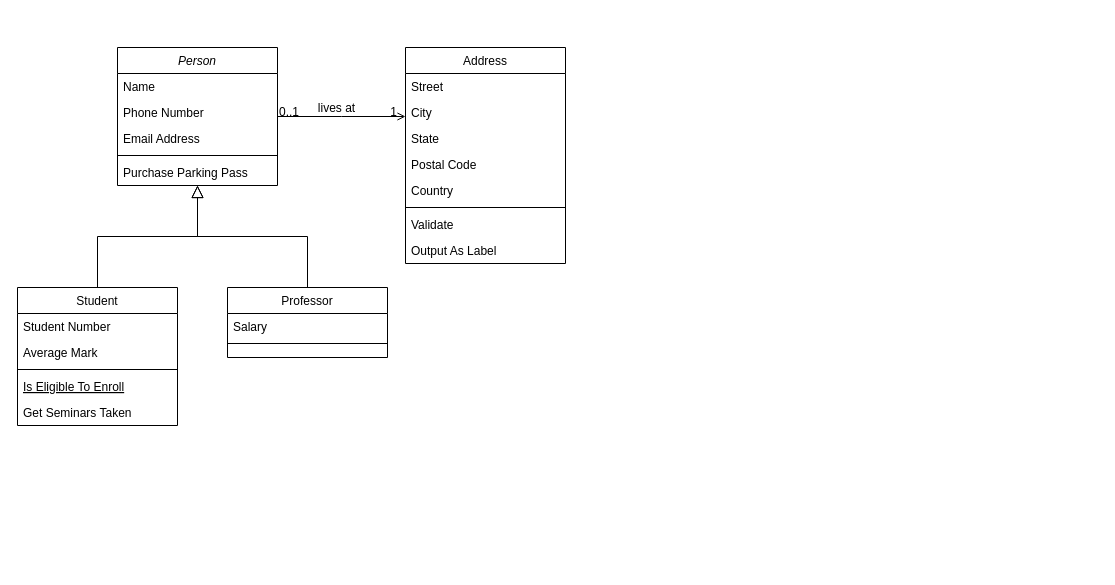
This is Untitled Diagram.drawio from NibirMarduk88/datatype99, a draw.io file, before an edit. Source tidied: cells renumbered, new cells numbered last; positions are measured from the earlier drawing's top-left corner, leaving out a move shared by most shapes. Both pictures are drawn from the tidied source at 100%, with x=0, y=0 at pixel (17, 47).
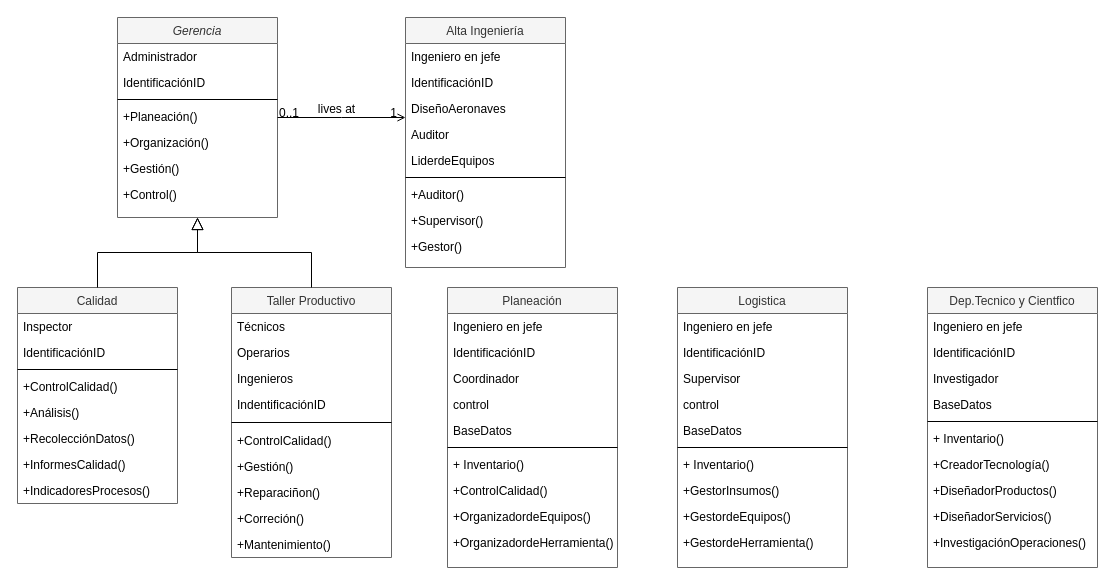
Above is the later version.

Diff of the diagram source:
```diff
@@
-    <mxCell id="2" value="Person" style="swimlane;fontStyle=2;align=center;verticalAlign=top;horizontal=1;startSize=26;rounded=0;shadow=0;strokeWidth=1;" parent="1" vertex="1">
-      <mxGeometry x="100" width="160" height="138" as="geometry" />
+    <mxCell id="2" value="Gerencia" style="swimlane;fontStyle=2;align=center;verticalAlign=top;horizontal=1;startSize=26;rounded=0;shadow=0;strokeWidth=1;fillColor=#f5f5f5;fontColor=#333333;strokeColor=#666666;" parent="1" vertex="1">
+      <mxGeometry x="100" y="-30" width="160" height="200" as="geometry" />
     </mxCell>
-    <mxCell id="3" value="Name" style="text;align=left;verticalAlign=top;spacingLeft=4;spacingRight=4;overflow=hidden;" parent="2" vertex="1">
+    <mxCell id="3" value="Administrador" style="text;align=left;verticalAlign=top;spacingLeft=4;spacingRight=4;overflow=hidden;" parent="2" vertex="1">
       <mxGeometry y="26" width="160" height="26" as="geometry" />
     </mxCell>
-    <mxCell id="4" value="Phone Number" style="text;align=left;verticalAlign=top;spacingLeft=4;spacingRight=4;overflow=hidden;rounded=0;shadow=0;html=0;" parent="2" vertex="1">
+    <mxCell id="4" value="IdentificaciónID" style="text;align=left;verticalAlign=top;spacingLeft=4;spacingRight=4;overflow=hidden;rounded=0;shadow=0;html=0;" parent="2" vertex="1">
       <mxGeometry y="52" width="160" height="26" as="geometry" />
     </mxCell>
-    <mxCell id="5" value="Email Address" style="text;align=left;verticalAlign=top;spacingLeft=4;spacingRight=4;overflow=hidden;rounded=0;shadow=0;html=0;" parent="2" vertex="1">
-      <mxGeometry y="78" width="160" height="26" as="geometry" />
-    </mxCell>
     <mxCell id="6" style="line;html=1;strokeWidth=1;align=left;verticalAlign=middle;spacingTop=-1;spacingLeft=3;spacingRight=3;labelPosition=right;" parent="2" vertex="1">
-      <mxGeometry y="104" width="160" height="8" as="geometry" />
+      <mxGeometry y="78" width="160" height="8" as="geometry" />
     </mxCell>
-    <mxCell id="7" value="Purchase Parking Pass" style="text;align=left;verticalAlign=top;spacingLeft=4;spacingRight=4;overflow=hidden;" parent="2" vertex="1">
-      <mxGeometry y="112" width="160" height="26" as="geometry" />
+    <mxCell id="7" value="+Planeación()&#10;" style="text;align=left;verticalAlign=top;spacingLeft=4;spacingRight=4;overflow=hidden;" parent="2" vertex="1">
+      <mxGeometry y="86" width="160" height="26" as="geometry" />
     </mxCell>
+    <mxCell id="32" value="+Organización()&#10;&#10;" style="text;align=left;verticalAlign=top;spacingLeft=4;spacingRight=4;overflow=hidden;" parent="2" vertex="1">
+      <mxGeometry y="112" width="160" height="26" as="geometry" />
+    </mxCell>
+    <mxCell id="33" value="+Gestión()&#10;" style="text;align=left;verticalAlign=top;spacingLeft=4;spacingRight=4;overflow=hidden;" parent="2" vertex="1">
+      <mxGeometry y="138" width="160" height="26" as="geometry" />
+    </mxCell>
+    <mxCell id="34" value="+Control()&#10;" style="text;align=left;verticalAlign=top;spacingLeft=4;spacingRight=4;overflow=hidden;" parent="2" vertex="1">
+      <mxGeometry y="164" width="160" height="26" as="geometry" />
+    </mxCell>
-    <mxCell id="8" value="Student" style="swimlane;fontStyle=0;align=center;verticalAlign=top;horizontal=1;startSize=26;rounded=0;shadow=0;strokeWidth=1;" parent="1" vertex="1">
-      <mxGeometry y="240" width="160" height="138" as="geometry" />
+    <mxCell id="8" value="Calidad" style="swimlane;fontStyle=0;align=center;verticalAlign=top;horizontal=1;startSize=26;rounded=0;shadow=0;strokeWidth=1;fillColor=#f5f5f5;fontColor=#333333;strokeColor=#666666;" parent="1" vertex="1">
+      <mxGeometry y="240" width="160" height="216" as="geometry" />
     </mxCell>
-    <mxCell id="9" value="Student Number" style="text;align=left;verticalAlign=top;spacingLeft=4;spacingRight=4;overflow=hidden;" parent="8" vertex="1">
+    <mxCell id="9" value="Inspector" style="text;align=left;verticalAlign=top;spacingLeft=4;spacingRight=4;overflow=hidden;" parent="8" vertex="1">
       <mxGeometry y="26" width="160" height="26" as="geometry" />
     </mxCell>
-    <mxCell id="10" value="Average Mark" style="text;align=left;verticalAlign=top;spacingLeft=4;spacingRight=4;overflow=hidden;rounded=0;shadow=0;html=0;" parent="8" vertex="1">
+    <mxCell id="10" value="IdentificaciónID" style="text;align=left;verticalAlign=top;spacingLeft=4;spacingRight=4;overflow=hidden;rounded=0;shadow=0;html=0;" parent="8" vertex="1">
       <mxGeometry y="52" width="160" height="26" as="geometry" />
     </mxCell>
@@
-    <mxCell id="12" value="Is Eligible To Enroll" style="text;align=left;verticalAlign=top;spacingLeft=4;spacingRight=4;overflow=hidden;fontStyle=4;" parent="8" vertex="1">
-      <mxGeometry y="86" width="160" height="26" as="geometry" />
-    </mxCell>
-    <mxCell id="13" value="Get Seminars Taken" style="text;align=left;verticalAlign=top;spacingLeft=4;spacingRight=4;overflow=hidden;" parent="8" vertex="1">
-      <mxGeometry y="112" width="160" height="26" as="geometry" />
+    <mxCell id="13" value="+ControlCalidad()" style="text;align=left;verticalAlign=top;spacingLeft=4;spacingRight=4;overflow=hidden;" parent="8" vertex="1">
+      <mxGeometry y="86" width="160" height="26" as="geometry" />
     </mxCell>
+    <mxCell id="35" value="+Análisis()" style="text;align=left;verticalAlign=top;spacingLeft=4;spacingRight=4;overflow=hidden;" parent="8" vertex="1">
+      <mxGeometry y="112" width="160" height="26" as="geometry" />
+    </mxCell>
+    <mxCell id="36" value="+RecolecciónDatos()" style="text;align=left;verticalAlign=top;spacingLeft=4;spacingRight=4;overflow=hidden;" parent="8" vertex="1">
+      <mxGeometry y="138" width="160" height="26" as="geometry" />
+    </mxCell>
+    <mxCell id="37" value="+InformesCalidad()" style="text;align=left;verticalAlign=top;spacingLeft=4;spacingRight=4;overflow=hidden;" parent="8" vertex="1">
+      <mxGeometry y="164" width="160" height="26" as="geometry" />
+    </mxCell>
+    <mxCell id="38" value="+IndicadoresProcesos()" style="text;align=left;verticalAlign=top;spacingLeft=4;spacingRight=4;overflow=hidden;" parent="8" vertex="1">
+      <mxGeometry y="190" width="160" height="26" as="geometry" />
+    </mxCell>
@@
-    <mxCell id="15" value="Professor" style="swimlane;fontStyle=0;align=center;verticalAlign=top;horizontal=1;startSize=26;rounded=0;shadow=0;strokeWidth=1;" parent="1" vertex="1">
-      <mxGeometry x="210" y="240" width="160" height="70" as="geometry" />
+    <mxCell id="15" value="Taller Productivo" style="swimlane;fontStyle=0;align=center;verticalAlign=top;horizontal=1;startSize=26;rounded=0;shadow=0;strokeWidth=1;fillColor=#f5f5f5;fontColor=#333333;strokeColor=#666666;" parent="1" vertex="1">
+      <mxGeometry x="214" y="240" width="160" height="270" as="geometry" />
     </mxCell>
-    <mxCell id="16" value="Salary" style="text;align=left;verticalAlign=top;spacingLeft=4;spacingRight=4;overflow=hidden;" parent="15" vertex="1">
+    <mxCell id="16" value="Técnicos" style="text;align=left;verticalAlign=top;spacingLeft=4;spacingRight=4;overflow=hidden;" parent="15" vertex="1">
       <mxGeometry y="26" width="160" height="26" as="geometry" />
     </mxCell>
+    <mxCell id="39" value="Operarios" style="text;align=left;verticalAlign=top;spacingLeft=4;spacingRight=4;overflow=hidden;" parent="15" vertex="1">
+      <mxGeometry y="52" width="160" height="26" as="geometry" />
+    </mxCell>
+    <mxCell id="40" value="Ingenieros" style="text;align=left;verticalAlign=top;spacingLeft=4;spacingRight=4;overflow=hidden;" parent="15" vertex="1">
+      <mxGeometry y="78" width="160" height="26" as="geometry" />
+    </mxCell>
+    <mxCell id="41" value="IndentificaciónID" style="text;align=left;verticalAlign=top;spacingLeft=4;spacingRight=4;overflow=hidden;" parent="15" vertex="1">
+      <mxGeometry y="104" width="160" height="26" as="geometry" />
+    </mxCell>
     <mxCell id="17" style="line;html=1;strokeWidth=1;align=left;verticalAlign=middle;spacingTop=-1;spacingLeft=3;spacingRight=3;labelPosition=right;" parent="15" vertex="1">
-      <mxGeometry y="52" width="160" height="8" as="geometry" />
+      <mxGeometry y="130" width="160" height="10" as="geometry" />
     </mxCell>
+    <mxCell id="42" value="+ControlCalidad()" style="text;align=left;verticalAlign=top;spacingLeft=4;spacingRight=4;overflow=hidden;" parent="15" vertex="1">
+      <mxGeometry y="140" width="160" height="26" as="geometry" />
+    </mxCell>
+    <mxCell id="43" value="+Gestión()&#10;" style="text;align=left;verticalAlign=top;spacingLeft=4;spacingRight=4;overflow=hidden;" parent="15" vertex="1">
+      <mxGeometry y="166" width="160" height="26" as="geometry" />
+    </mxCell>
+    <mxCell id="44" value="+Reparaciñon()&#10;" style="text;align=left;verticalAlign=top;spacingLeft=4;spacingRight=4;overflow=hidden;" parent="15" vertex="1">
+      <mxGeometry y="192" width="160" height="26" as="geometry" />
+    </mxCell>
+    <mxCell id="45" value="+Correción()&#10;" style="text;align=left;verticalAlign=top;spacingLeft=4;spacingRight=4;overflow=hidden;" parent="15" vertex="1">
+      <mxGeometry y="218" width="160" height="26" as="geometry" />
+    </mxCell>
+    <mxCell id="46" value="+Mantenimiento()&#10;" style="text;align=left;verticalAlign=top;spacingLeft=4;spacingRight=4;overflow=hidden;" parent="15" vertex="1">
+      <mxGeometry y="244" width="160" height="26" as="geometry" />
+    </mxCell>
@@
-    <mxCell id="19" value="Address" style="swimlane;fontStyle=0;align=center;verticalAlign=top;horizontal=1;startSize=26;rounded=0;shadow=0;strokeWidth=1;" parent="1" vertex="1">
-      <mxGeometry x="388" width="160" height="216" as="geometry" />
+    <mxCell id="19" value="Alta Ingeniería" style="swimlane;fontStyle=0;align=center;verticalAlign=top;horizontal=1;startSize=26;rounded=0;shadow=0;strokeWidth=1;fillColor=#f5f5f5;fontColor=#333333;strokeColor=#666666;" parent="1" vertex="1">
+      <mxGeometry x="388" y="-30" width="160" height="250" as="geometry" />
     </mxCell>
-    <mxCell id="20" value="Street" style="text;align=left;verticalAlign=top;spacingLeft=4;spacingRight=4;overflow=hidden;" parent="19" vertex="1">
+    <mxCell id="20" value="Ingeniero en jefe" style="text;align=left;verticalAlign=top;spacingLeft=4;spacingRight=4;overflow=hidden;" parent="19" vertex="1">
       <mxGeometry y="26" width="160" height="26" as="geometry" />
     </mxCell>
-    <mxCell id="21" value="City" style="text;align=left;verticalAlign=top;spacingLeft=4;spacingRight=4;overflow=hidden;rounded=0;shadow=0;html=0;" parent="19" vertex="1">
+    <mxCell id="21" value="IdentificaciónID" style="text;align=left;verticalAlign=top;spacingLeft=4;spacingRight=4;overflow=hidden;rounded=0;shadow=0;html=0;" parent="19" vertex="1">
       <mxGeometry y="52" width="160" height="26" as="geometry" />
     </mxCell>
-    <mxCell id="22" value="State" style="text;align=left;verticalAlign=top;spacingLeft=4;spacingRight=4;overflow=hidden;rounded=0;shadow=0;html=0;" parent="19" vertex="1">
+    <mxCell id="22" value="DiseñoAeronaves" style="text;align=left;verticalAlign=top;spacingLeft=4;spacingRight=4;overflow=hidden;rounded=0;shadow=0;html=0;" parent="19" vertex="1">
       <mxGeometry y="78" width="160" height="26" as="geometry" />
     </mxCell>
-    <mxCell id="23" value="Postal Code" style="text;align=left;verticalAlign=top;spacingLeft=4;spacingRight=4;overflow=hidden;rounded=0;shadow=0;html=0;" parent="19" vertex="1">
+    <mxCell id="23" value="Auditor" style="text;align=left;verticalAlign=top;spacingLeft=4;spacingRight=4;overflow=hidden;rounded=0;shadow=0;html=0;" parent="19" vertex="1">
       <mxGeometry y="104" width="160" height="26" as="geometry" />
     </mxCell>
-    <mxCell id="24" value="Country" style="text;align=left;verticalAlign=top;spacingLeft=4;spacingRight=4;overflow=hidden;rounded=0;shadow=0;html=0;" parent="19" vertex="1">
+    <mxCell id="24" value="LiderdeEquipos" style="text;align=left;verticalAlign=top;spacingLeft=4;spacingRight=4;overflow=hidden;rounded=0;shadow=0;html=0;" parent="19" vertex="1">
       <mxGeometry y="130" width="160" height="26" as="geometry" />
     </mxCell>
@@
-    <mxCell id="26" value="Validate" style="text;align=left;verticalAlign=top;spacingLeft=4;spacingRight=4;overflow=hidden;" parent="19" vertex="1">
+    <mxCell id="26" value="+Auditor()" style="text;align=left;verticalAlign=top;spacingLeft=4;spacingRight=4;overflow=hidden;" parent="19" vertex="1">
       <mxGeometry y="164" width="160" height="26" as="geometry" />
     </mxCell>
-    <mxCell id="27" value="Output As Label" style="text;align=left;verticalAlign=top;spacingLeft=4;spacingRight=4;overflow=hidden;" parent="19" vertex="1">
+    <mxCell id="27" value="+Supervisor()" style="text;align=left;verticalAlign=top;spacingLeft=4;spacingRight=4;overflow=hidden;" parent="19" vertex="1">
       <mxGeometry y="190" width="160" height="26" as="geometry" />
     </mxCell>
+    <mxCell id="47" value="+Gestor()" style="text;align=left;verticalAlign=top;spacingLeft=4;spacingRight=4;overflow=hidden;" parent="19" vertex="1">
+      <mxGeometry y="216" width="160" height="26" as="geometry" />
+    </mxCell>
@@
+    <mxCell id="48" value="Planeación" style="swimlane;fontStyle=0;align=center;verticalAlign=top;horizontal=1;startSize=26;rounded=0;shadow=0;strokeWidth=1;fillColor=#f5f5f5;fontColor=#333333;strokeColor=#666666;" parent="1" vertex="1">
+      <mxGeometry x="430" y="240" width="170" height="280" as="geometry" />
+    </mxCell>
+    <mxCell id="49" value="Ingeniero en jefe" style="text;align=left;verticalAlign=top;spacingLeft=4;spacingRight=4;overflow=hidden;" parent="48" vertex="1">
+      <mxGeometry y="26" width="170" height="26" as="geometry" />
+    </mxCell>
+    <mxCell id="50" value="IdentificaciónID" style="text;align=left;verticalAlign=top;spacingLeft=4;spacingRight=4;overflow=hidden;rounded=0;shadow=0;html=0;" parent="48" vertex="1">
+      <mxGeometry y="52" width="170" height="26" as="geometry" />
+    </mxCell>
+    <mxCell id="51" value="Coordinador" style="text;align=left;verticalAlign=top;spacingLeft=4;spacingRight=4;overflow=hidden;rounded=0;shadow=0;html=0;" parent="48" vertex="1">
+      <mxGeometry y="78" width="170" height="26" as="geometry" />
+    </mxCell>
+    <mxCell id="52" value="control" style="text;align=left;verticalAlign=top;spacingLeft=4;spacingRight=4;overflow=hidden;rounded=0;shadow=0;html=0;" parent="48" vertex="1">
+      <mxGeometry y="104" width="170" height="26" as="geometry" />
+    </mxCell>
+    <mxCell id="53" value="BaseDatos" style="text;align=left;verticalAlign=top;spacingLeft=4;spacingRight=4;overflow=hidden;rounded=0;shadow=0;html=0;" parent="48" vertex="1">
+      <mxGeometry y="130" width="170" height="26" as="geometry" />
+    </mxCell>
+    <mxCell id="54" style="line;html=1;strokeWidth=1;align=left;verticalAlign=middle;spacingTop=-1;spacingLeft=3;spacingRight=3;labelPosition=right;" parent="48" vertex="1">
+      <mxGeometry y="156" width="170" height="8" as="geometry" />
+    </mxCell>
+    <mxCell id="55" value="+ Inventario()" style="text;align=left;verticalAlign=top;spacingLeft=4;spacingRight=4;overflow=hidden;" parent="48" vertex="1">
+      <mxGeometry y="164" width="170" height="26" as="geometry" />
+    </mxCell>
+    <mxCell id="56" value="+ControlCalidad()" style="text;align=left;verticalAlign=top;spacingLeft=4;spacingRight=4;overflow=hidden;" parent="48" vertex="1">
+      <mxGeometry y="190" width="170" height="26" as="geometry" />
+    </mxCell>
+    <mxCell id="57" value="+OrganizadordeEquipos()" style="text;align=left;verticalAlign=top;spacingLeft=4;spacingRight=4;overflow=hidden;" parent="48" vertex="1">
+      <mxGeometry y="216" width="170" height="26" as="geometry" />
+    </mxCell>
+    <mxCell id="58" value="+OrganizadordeHerramienta()" style="text;align=left;verticalAlign=top;spacingLeft=4;spacingRight=4;overflow=hidden;" parent="48" vertex="1">
+      <mxGeometry y="242" width="170" height="26" as="geometry" />
+    </mxCell>
+    <mxCell id="59" value="Logistica" style="swimlane;fontStyle=0;align=center;verticalAlign=top;horizontal=1;startSize=26;rounded=0;shadow=0;strokeWidth=1;fillColor=#f5f5f5;fontColor=#333333;strokeColor=#666666;" parent="1" vertex="1">
+      <mxGeometry x="660" y="240" width="170" height="280" as="geometry" />
+    </mxCell>
+    <mxCell id="60" value="Ingeniero en jefe" style="text;align=left;verticalAlign=top;spacingLeft=4;spacingRight=4;overflow=hidden;" parent="59" vertex="1">
+      <mxGeometry y="26" width="170" height="26" as="geometry" />
+    </mxCell>
+    <mxCell id="61" value="IdentificaciónID" style="text;align=left;verticalAlign=top;spacingLeft=4;spacingRight=4;overflow=hidden;rounded=0;shadow=0;html=0;" parent="59" vertex="1">
+      <mxGeometry y="52" width="170" height="26" as="geometry" />
+    </mxCell>
+    <mxCell id="62" value="Supervisor" style="text;align=left;verticalAlign=top;spacingLeft=4;spacingRight=4;overflow=hidden;rounded=0;shadow=0;html=0;" parent="59" vertex="1">
+      <mxGeometry y="78" width="170" height="26" as="geometry" />
+    </mxCell>
+    <mxCell id="63" value="control" style="text;align=left;verticalAlign=top;spacingLeft=4;spacingRight=4;overflow=hidden;rounded=0;shadow=0;html=0;" parent="59" vertex="1">
+      <mxGeometry y="104" width="170" height="26" as="geometry" />
+    </mxCell>
+    <mxCell id="64" value="BaseDatos" style="text;align=left;verticalAlign=top;spacingLeft=4;spacingRight=4;overflow=hidden;rounded=0;shadow=0;html=0;" parent="59" vertex="1">
+      <mxGeometry y="130" width="170" height="26" as="geometry" />
+    </mxCell>
+    <mxCell id="65" style="line;html=1;strokeWidth=1;align=left;verticalAlign=middle;spacingTop=-1;spacingLeft=3;spacingRight=3;labelPosition=right;" parent="59" vertex="1">
+      <mxGeometry y="156" width="170" height="8" as="geometry" />
+    </mxCell>
+    <mxCell id="66" value="+ Inventario()" style="text;align=left;verticalAlign=top;spacingLeft=4;spacingRight=4;overflow=hidden;" parent="59" vertex="1">
+      <mxGeometry y="164" width="170" height="26" as="geometry" />
+    </mxCell>
+    <mxCell id="67" value="+GestorInsumos()" style="text;align=left;verticalAlign=top;spacingLeft=4;spacingRight=4;overflow=hidden;" parent="59" vertex="1">
+      <mxGeometry y="190" width="170" height="26" as="geometry" />
+    </mxCell>
+    <mxCell id="68" value="+GestordeEquipos()" style="text;align=left;verticalAlign=top;spacingLeft=4;spacingRight=4;overflow=hidden;" parent="59" vertex="1">
+      <mxGeometry y="216" width="170" height="26" as="geometry" />
+    </mxCell>
+    <mxCell id="69" value="+GestordeHerramienta()" style="text;align=left;verticalAlign=top;spacingLeft=4;spacingRight=4;overflow=hidden;" parent="59" vertex="1">
+      <mxGeometry y="242" width="170" height="26" as="geometry" />
+    </mxCell>
+    <mxCell id="70" value="Dep.Tecnico y Cientfico" style="swimlane;fontStyle=0;align=center;verticalAlign=top;horizontal=1;startSize=26;rounded=0;shadow=0;strokeWidth=1;fillColor=#f5f5f5;fontColor=#333333;strokeColor=#666666;" parent="1" vertex="1">
+      <mxGeometry x="910" y="240" width="170" height="280" as="geometry" />
+    </mxCell>
+    <mxCell id="71" value="Ingeniero en jefe" style="text;align=left;verticalAlign=top;spacingLeft=4;spacingRight=4;overflow=hidden;" parent="70" vertex="1">
+      <mxGeometry y="26" width="170" height="26" as="geometry" />
+    </mxCell>
+    <mxCell id="72" value="IdentificaciónID" style="text;align=left;verticalAlign=top;spacingLeft=4;spacingRight=4;overflow=hidden;rounded=0;shadow=0;html=0;" parent="70" vertex="1">
+      <mxGeometry y="52" width="170" height="26" as="geometry" />
+    </mxCell>
+    <mxCell id="73" value="Investigador" style="text;align=left;verticalAlign=top;spacingLeft=4;spacingRight=4;overflow=hidden;rounded=0;shadow=0;html=0;" parent="70" vertex="1">
+      <mxGeometry y="78" width="170" height="26" as="geometry" />
+    </mxCell>
+    <mxCell id="74" value="BaseDatos" style="text;align=left;verticalAlign=top;spacingLeft=4;spacingRight=4;overflow=hidden;rounded=0;shadow=0;html=0;" parent="70" vertex="1">
+      <mxGeometry y="104" width="170" height="26" as="geometry" />
+    </mxCell>
+    <mxCell id="75" style="line;html=1;strokeWidth=1;align=left;verticalAlign=middle;spacingTop=-1;spacingLeft=3;spacingRight=3;labelPosition=right;" parent="70" vertex="1">
+      <mxGeometry y="130" width="170" height="8" as="geometry" />
+    </mxCell>
+    <mxCell id="76" value="+ Inventario()" style="text;align=left;verticalAlign=top;spacingLeft=4;spacingRight=4;overflow=hidden;" parent="70" vertex="1">
+      <mxGeometry y="138" width="170" height="26" as="geometry" />
+    </mxCell>
+    <mxCell id="77" value="+CreadorTecnología()" style="text;align=left;verticalAlign=top;spacingLeft=4;spacingRight=4;overflow=hidden;" parent="70" vertex="1">
+      <mxGeometry y="164" width="170" height="26" as="geometry" />
+    </mxCell>
+    <mxCell id="78" value="+DiseñadorProductos()" style="text;align=left;verticalAlign=top;spacingLeft=4;spacingRight=4;overflow=hidden;" parent="70" vertex="1">
+      <mxGeometry y="190" width="170" height="26" as="geometry" />
+    </mxCell>
+    <mxCell id="79" value="+DiseñadorServicios()" style="text;align=left;verticalAlign=top;spacingLeft=4;spacingRight=4;overflow=hidden;" parent="70" vertex="1">
+      <mxGeometry y="216" width="170" height="26" as="geometry" />
+    </mxCell>
+    <mxCell id="80" value="+InvestigaciónOperaciones()" style="text;align=left;verticalAlign=top;spacingLeft=4;spacingRight=4;overflow=hidden;" parent="70" vertex="1">
+      <mxGeometry y="242" width="170" height="26" as="geometry" />
+    </mxCell>
```
